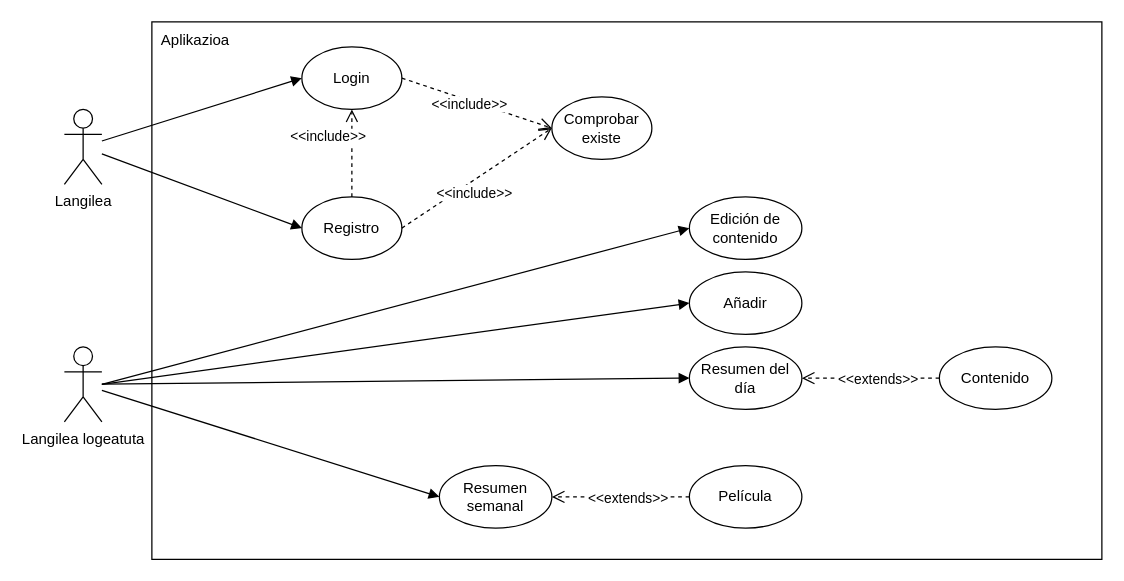
Earlier version of the draw.io diagram dokumentazioa/garapen_inguruneak/erabileraKasuak/ErabileraDiagrama.drawio (PetaldoiPorramador/SunsetCinema). Source tidied: cells renumbered, new cells numbered last; positions are measured from the earlier drawing's top-left corner, leaving out a move shared by most shapes. Both pictures are drawn from the tidied source at 125%, with x=0, y=0 at pixel (64, 21).
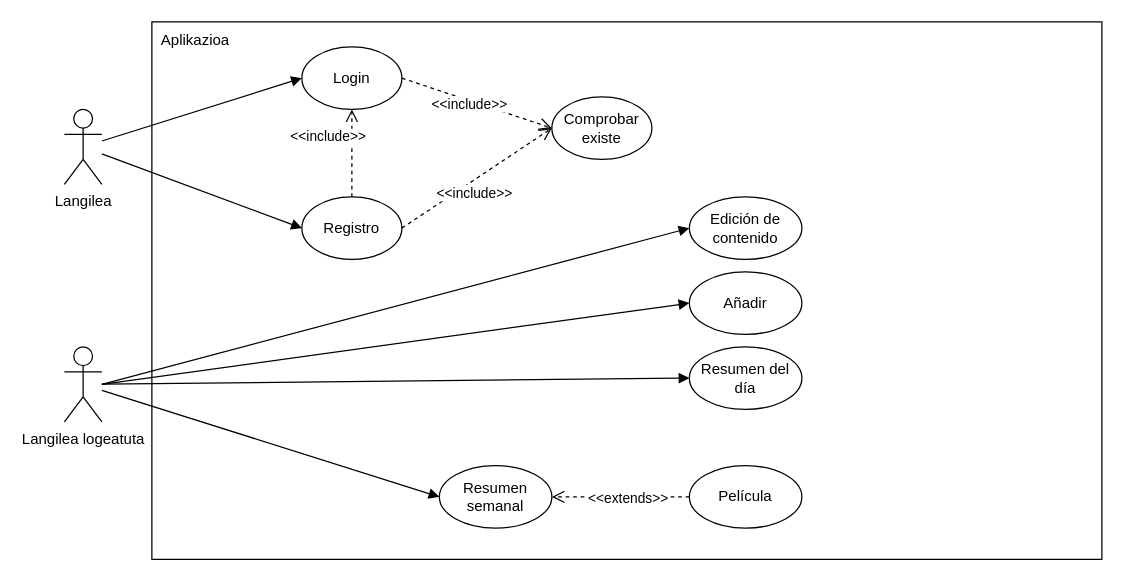
The same page after the edit.

Unchanged cells that the change refers to:
```xml
<mxCell id="14" value="Resumen del día" style="ellipse;whiteSpace=wrap;html=1;" parent="1" vertex="1">
  <mxGeometry x="500" y="260" width="90" height="50" as="geometry" />
</mxCell>
```

Diff of the diagram source:
```diff
@@
-    <mxCell id="20" value="Contenido" style="ellipse;whiteSpace=wrap;html=1;" parent="1" vertex="1">
-      <mxGeometry x="700" y="260" width="90" height="50" as="geometry" />
-    </mxCell>
@@
-    <mxCell id="24" style="html=1;verticalAlign=bottom;endArrow=open;dashed=1;endSize=8;rounded=0;exitX=0;exitY=0.5;exitDx=0;exitDy=0;entryX=1;entryY=0.5;entryDx=0;entryDy=0;" parent="1" edge="1" source="20" target="14">
-      <mxGeometry x="0.98" y="-138" relative="1" as="geometry" />
-    </mxCell>
-    <mxCell id="25" value="&amp;lt;&amp;lt;extends&amp;gt;&amp;gt;" style="edgeLabel;html=1;align=center;verticalAlign=middle;" parent="24" vertex="1">
-      <mxGeometry x="-0.46" relative="1" as="geometry">
-        <mxPoint x="-20" as="offset" />
-      </mxGeometry>
-    </mxCell>
```
